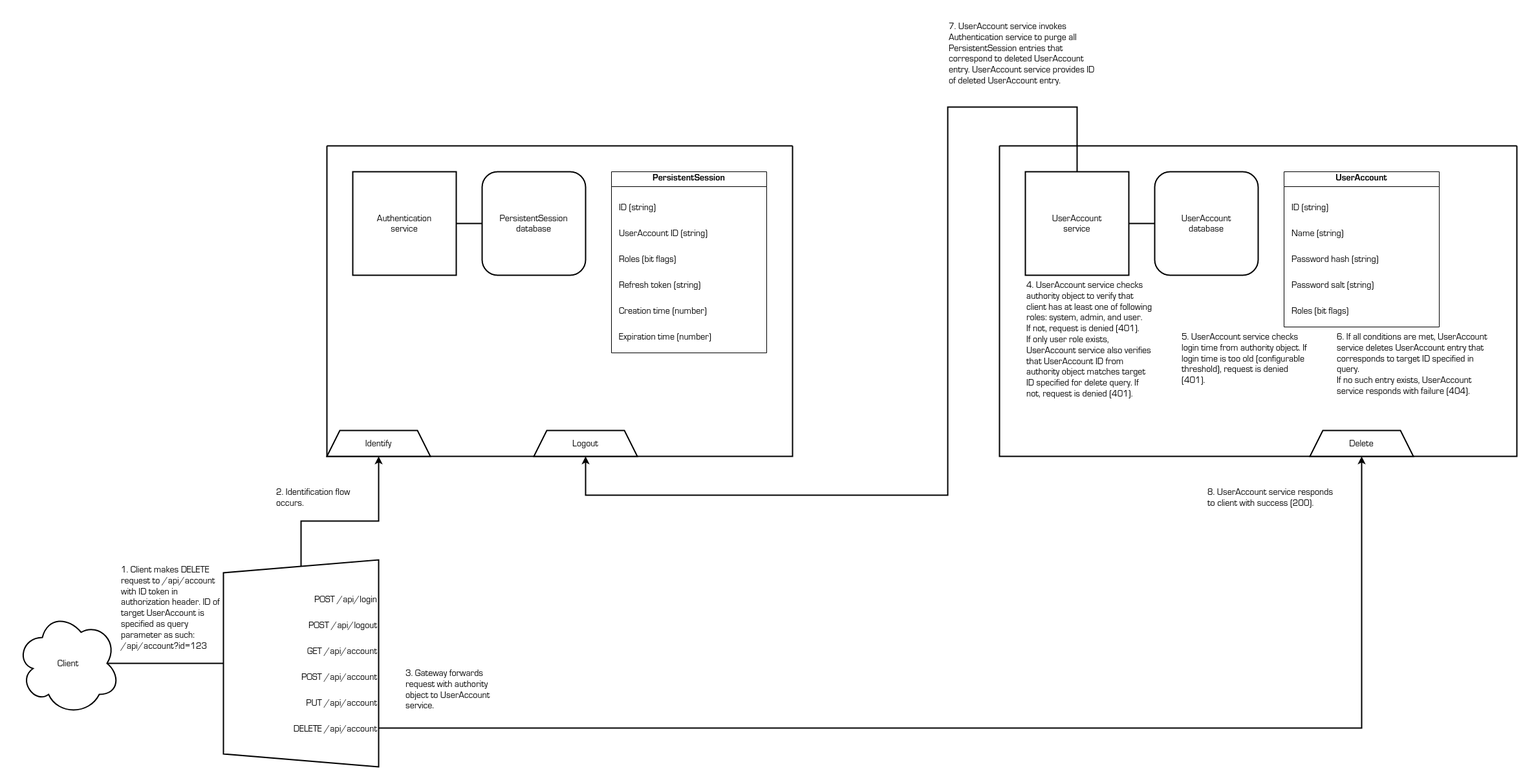
This is docs/account-delete-flow.png from shinhugh/base, a draw.io export, as it was before one commit. Source tidied: cells renumbered, new cells last; positions are measured from the earlier drawing's top-left corner, leaving out a move shared by most shapes.
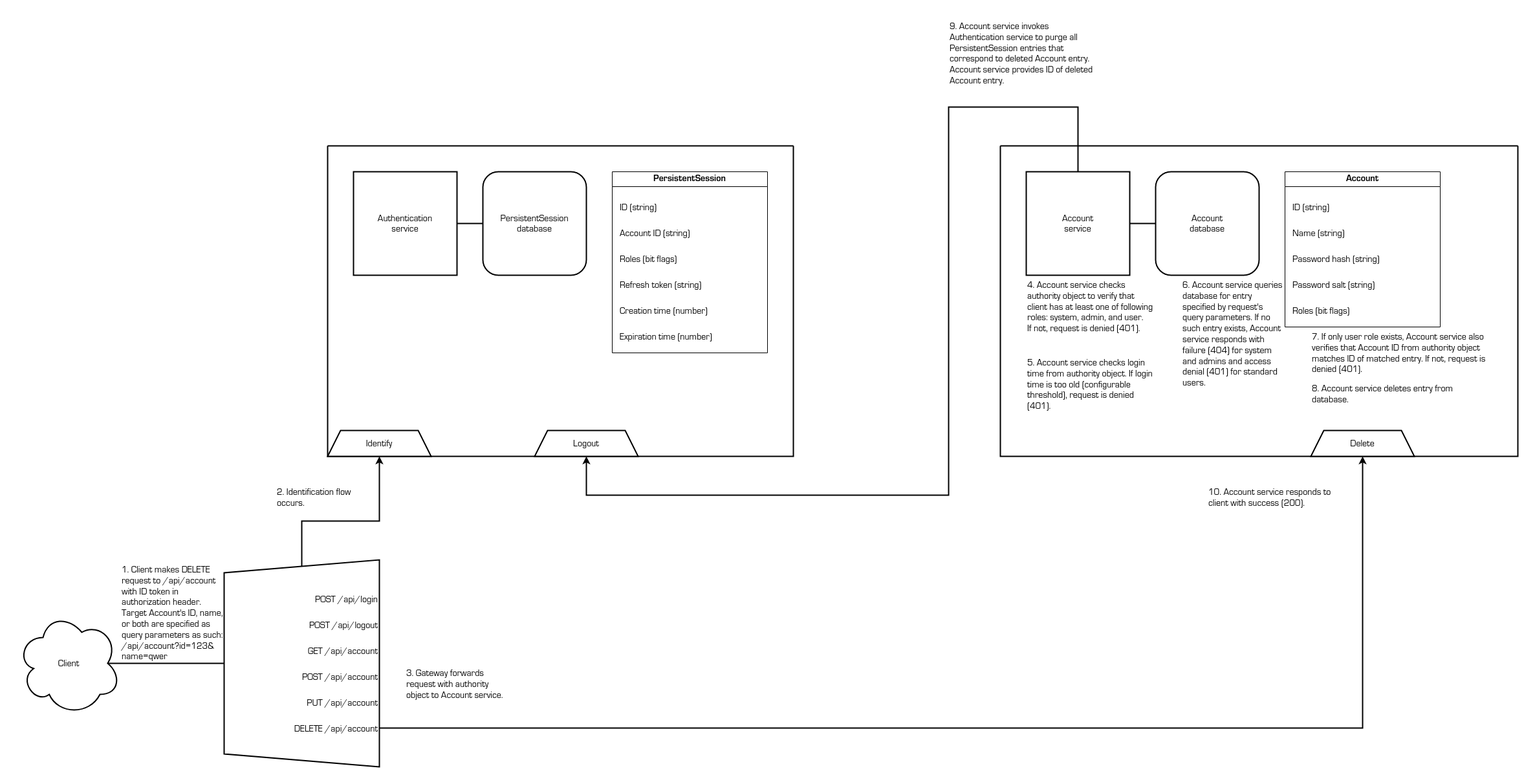
The same diagram one commit later.

Commit message:
Update readme and diagrams per UserAccount rename to Account

What changed in the source:
```diff
@@ -23,7 +23,7 @@
     <mxCell id="8" value="Expiration time (number)" style="text;strokeColor=none;fillColor=none;align=left;verticalAlign=top;whiteSpace=wrap;rounded=0;fontFamily=Lucida Console;fontSize=14;" parent="5" vertex="1">
       <mxGeometry x="10" y="240" width="220" height="40" as="geometry" />
     </mxCell>
-    <mxCell id="9" value="UserAccount ID (string)" style="text;strokeColor=none;fillColor=none;align=left;verticalAlign=top;whiteSpace=wrap;rounded=0;fontFamily=Lucida Console;fontSize=14;" parent="5" vertex="1">
+    <mxCell id="9" value="Account ID (string)" style="text;strokeColor=none;fillColor=none;align=left;verticalAlign=top;whiteSpace=wrap;rounded=0;fontFamily=Lucida Console;fontSize=14;" parent="5" vertex="1">
       <mxGeometry x="10" y="80" width="220" height="40" as="geometry" />
     </mxCell>
     <mxCell id="10" value="Refresh token (string)" style="text;strokeColor=none;fillColor=none;align=left;verticalAlign=top;whiteSpace=wrap;rounded=0;fontFamily=Lucida Console;fontSize=14;" parent="5" vertex="1">
@@ -44,13 +44,13 @@
     <mxCell id="15" style="swimlane;startSize=0;strokeWidth=2;" parent="1" vertex="1">
       <mxGeometry x="1520" y="200" width="800" height="480" as="geometry" />
     </mxCell>
-    <mxCell id="16" value="UserAccount&#10;service" style="whiteSpace=wrap;strokeWidth=2;fontFamily=Lucida Console;fontSize=14;" parent="15" vertex="1">
+    <mxCell id="16" value="Account&#10;service" style="whiteSpace=wrap;strokeWidth=2;fontFamily=Lucida Console;fontSize=14;" parent="15" vertex="1">
       <mxGeometry x="40" y="40" width="160" height="160" as="geometry" />
     </mxCell>
-    <mxCell id="17" value="UserAccount&#10;database" style="rounded=1;whiteSpace=wrap;strokeWidth=2;fontFamily=Lucida Console;fontSize=14;" parent="15" vertex="1">
+    <mxCell id="17" value="Account&#10;database" style="rounded=1;whiteSpace=wrap;strokeWidth=2;fontFamily=Lucida Console;fontSize=14;" parent="15" vertex="1">
       <mxGeometry x="240" y="40" width="160" height="160" as="geometry" />
     </mxCell>
-    <mxCell id="18" value="UserAccount" style="swimlane;whiteSpace=wrap;fontFamily=Lucida Console;fontSize=14;" parent="15" vertex="1">
+    <mxCell id="18" value="Account" style="swimlane;whiteSpace=wrap;fontFamily=Lucida Console;fontSize=14;" parent="15" vertex="1">
       <mxGeometry x="440" y="40" width="240" height="240" as="geometry" />
     </mxCell>
     <mxCell id="19" value="ID (string)" style="text;strokeColor=none;fillColor=none;align=left;verticalAlign=top;whiteSpace=wrap;rounded=0;fontFamily=Lucida Console;fontSize=14;" parent="18" vertex="1">
@@ -74,15 +74,21 @@
     <mxCell id="25" value="Delete" style="shape=trapezoid;perimeter=trapezoidPerimeter;whiteSpace=wrap;fixedSize=1;strokeWidth=2;fontSize=14;fontFamily=Lucida Console;" parent="15" vertex="1">
       <mxGeometry x="480" y="440" width="160" height="40" as="geometry" />
     </mxCell>
-    <mxCell id="26" value="4. UserAccount service checks authority object to verify that client has at least one of following roles: system, admin, and user.&#10;If not, request is denied (401).&#10;If only user role exists, UserAccount service also verifies that UserAccount ID from authority object matches target ID specified for delete query. If not, request is denied (401)." style="text;strokeColor=none;fillColor=none;align=left;verticalAlign=top;rounded=0;fontSize=14;fontFamily=Lucida Console;whiteSpace=wrap;" parent="15" vertex="1">
-      <mxGeometry x="40" y="200" width="200" height="240" as="geometry" />
+    <mxCell id="26" value="4. Account service checks authority object to verify that client has at least one of following roles: system, admin, and user.&#10;If not, request is denied (401)." style="text;strokeColor=none;fillColor=none;align=left;verticalAlign=top;rounded=0;fontSize=14;fontFamily=Lucida Console;whiteSpace=wrap;" parent="15" vertex="1">
+      <mxGeometry x="40" y="200" width="200" height="120" as="geometry" />
     </mxCell>
-    <mxCell id="27" value="6. If all conditions are met, UserAccount service deletes UserAccount entry that corresponds to target ID specified in query.&#10;If no such entry exists, UserAccount service responds with failure (404)." style="text;strokeColor=none;fillColor=none;align=left;verticalAlign=top;rounded=0;fontSize=14;fontFamily=Lucida Console;whiteSpace=wrap;" parent="15" vertex="1">
-      <mxGeometry x="520" y="280" width="240" height="120" as="geometry" />
+    <mxCell id="27" value="7. If only user role exists, Account service also verifies that Account ID from authority object matches ID of matched entry. If not, request is denied (401)." style="text;strokeColor=none;fillColor=none;align=left;verticalAlign=top;rounded=0;fontSize=14;fontFamily=Lucida Console;whiteSpace=wrap;" parent="15" vertex="1">
+      <mxGeometry x="480" y="280" width="280" height="80" as="geometry" />
     </mxCell>
-    <mxCell id="28" value="5. UserAccount service checks login time from authority object. If login time is too old (configurable threshold), request is denied (401)." style="text;strokeColor=none;fillColor=none;align=left;verticalAlign=top;rounded=0;fontSize=14;fontFamily=Lucida Console;whiteSpace=wrap;" parent="15" vertex="1">
-      <mxGeometry x="280" y="280" width="200" height="120" as="geometry" />
+    <mxCell id="28" value="5. Account service checks login time from authority object. If login time is too old (configurable threshold), request is denied (401)." style="text;strokeColor=none;fillColor=none;align=left;verticalAlign=top;rounded=0;fontSize=14;fontFamily=Lucida Console;whiteSpace=wrap;" parent="15" vertex="1">
+      <mxGeometry x="40" y="320" width="200" height="120" as="geometry" />
     </mxCell>
+    <mxCell id="47" value="6. Account service queries database for entry specified by request's query parameters. If no such entry exists, Account service responds with failure (404) for system and admins and access denial (401) for standard users." style="text;strokeColor=none;fillColor=none;align=left;verticalAlign=top;rounded=0;fontSize=14;fontFamily=Lucida Console;whiteSpace=wrap;" parent="15" vertex="1">
+      <mxGeometry x="280" y="200" width="160" height="200" as="geometry" />
+    </mxCell>
+    <mxCell id="48" value="8. Account service deletes entry from database." style="text;strokeColor=none;fillColor=none;align=left;verticalAlign=top;rounded=0;fontSize=14;fontFamily=Lucida Console;whiteSpace=wrap;" parent="15" vertex="1">
+      <mxGeometry x="480" y="360" width="280" height="40" as="geometry" />
+    </mxCell>
     <mxCell id="29" style="endArrow=classic;html=1;rounded=0;endFill=1;strokeWidth=2;exitX=1;exitY=0.5;exitDx=0;exitDy=0;entryX=0.5;entryY=1;entryDx=0;entryDy=0;" parent="1" edge="1" source="37" target="25">
       <mxGeometry relative="1" as="geometry">
         <Array as="points">
@@ -141,16 +147,16 @@
     <mxCell id="42" value="2. Identification flow occurs." style="text;strokeColor=none;fillColor=none;align=left;verticalAlign=top;rounded=0;fontSize=14;fontFamily=Lucida Console;whiteSpace=wrap;" parent="1" vertex="1">
       <mxGeometry x="400" y="720" width="160" height="40" as="geometry" />
     </mxCell>
-    <mxCell id="43" value="1. Client makes DELETE request to /api/account with ID token in authorization header. ID of target UserAccount is specified as query parameter as such:&#10;/api/account?id=123&#10;" style="text;strokeColor=none;fillColor=none;align=left;verticalAlign=top;rounded=0;fontSize=14;fontFamily=Lucida Console;whiteSpace=wrap;" parent="1" vertex="1">
+    <mxCell id="43" value="1. Client makes DELETE request to /api/account with ID token in authorization header. Target Account's ID, name, or both are specified as query parameters as such:&#10;/api/account?id=123&amp;name=qwer&#10;" style="text;strokeColor=none;fillColor=none;align=left;verticalAlign=top;rounded=0;fontSize=14;fontFamily=Lucida Console;whiteSpace=wrap;" parent="1" vertex="1">
       <mxGeometry x="160" y="840" width="160" height="160" as="geometry" />
     </mxCell>
-    <mxCell id="44" value="3. Gateway forwards request with authority object to UserAccount service." style="text;strokeColor=none;fillColor=none;align=left;verticalAlign=top;rounded=0;fontSize=14;fontFamily=Lucida Console;whiteSpace=wrap;" parent="1" vertex="1">
+    <mxCell id="44" value="3. Gateway forwards request with authority object to Account service." style="text;strokeColor=none;fillColor=none;align=left;verticalAlign=top;rounded=0;fontSize=14;fontFamily=Lucida Console;whiteSpace=wrap;" parent="1" vertex="1">
       <mxGeometry x="600" y="1000" width="160" height="80" as="geometry" />
     </mxCell>
-    <mxCell id="45" value="7. UserAccount service invokes Authentication service to purge all PersistentSession entries that correspond to deleted UserAccount entry. UserAccount service provides ID of deleted UserAccount entry." style="text;strokeColor=none;fillColor=none;align=left;verticalAlign=top;rounded=0;fontSize=14;fontFamily=Lucida Console;whiteSpace=wrap;" parent="1" vertex="1">
+    <mxCell id="45" value="9. Account service invokes Authentication service to purge all PersistentSession entries that correspond to deleted Account entry. Account service provides ID of deleted Account entry." style="text;strokeColor=none;fillColor=none;align=left;verticalAlign=top;rounded=0;fontSize=14;fontFamily=Lucida Console;whiteSpace=wrap;" parent="1" vertex="1">
       <mxGeometry x="1440" width="240" height="120" as="geometry" />
     </mxCell>
-    <mxCell id="46" value="8. UserAccount service responds to client with success (200)." style="text;strokeColor=none;fillColor=none;align=left;verticalAlign=top;rounded=0;fontSize=14;fontFamily=Lucida Console;whiteSpace=wrap;" parent="1" vertex="1">
+    <mxCell id="46" value="10. Account service responds to client with success (200)." style="text;strokeColor=none;fillColor=none;align=left;verticalAlign=top;rounded=0;fontSize=14;fontFamily=Lucida Console;whiteSpace=wrap;" parent="1" vertex="1">
       <mxGeometry x="1840" y="720" width="200" height="40" as="geometry" />
     </mxCell>
   </root>
```
